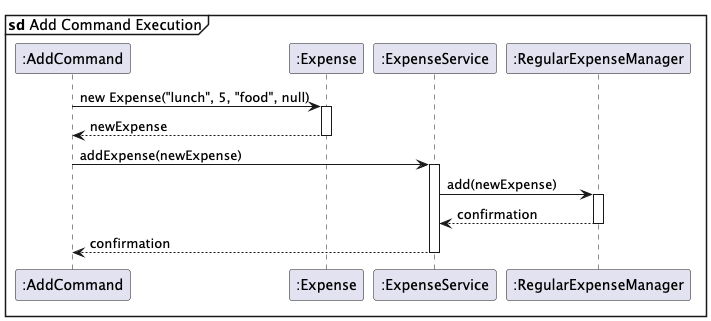
randust/tp keeps this PlantUML diagram as docs/images/add.png. Above is the earlier version.
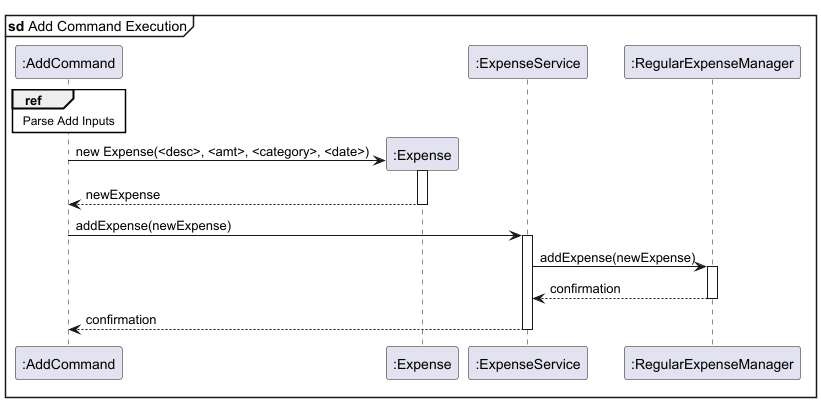
Later version of the same file.

Commit message:
Updated add sequence diagram to include parsing

What changed in the source:
```diff
@@ -1,23 +1,27 @@
-@startuml add.puml
-skinparam sequenceParticipant align top
+@startuml add
+skinparam sequenceReferenceBackgroundColor #white
 
 mainframe **sd** Add Command Execution
 
 participant ":AddCommand" as AC
-participant ":Expense" as expense
-participant ":ExpenseService" as ES
-participant ":RegularExpenseManager" as REM
 
-AC -> expense: new Expense("lunch", 5, "food", null)
+ref over AC
+Parse Add Inputs
+end ref
+
+create ":Expense" as expense
+AC -> expense: new Expense(<desc>, <amt>, <category>, <date>)
 activate expense
 
 expense --> AC: newExpense
 deactivate expense
 
+participant ":ExpenseService" as ES
+participant ":RegularExpenseManager" as REM
 AC -> ES: addExpense(newExpense)
 activate ES
 
-ES -> REM: add(newExpense)
+ES -> REM: addExpense(newExpense)
 activate REM
 
 REM --> ES: confirmation
```
